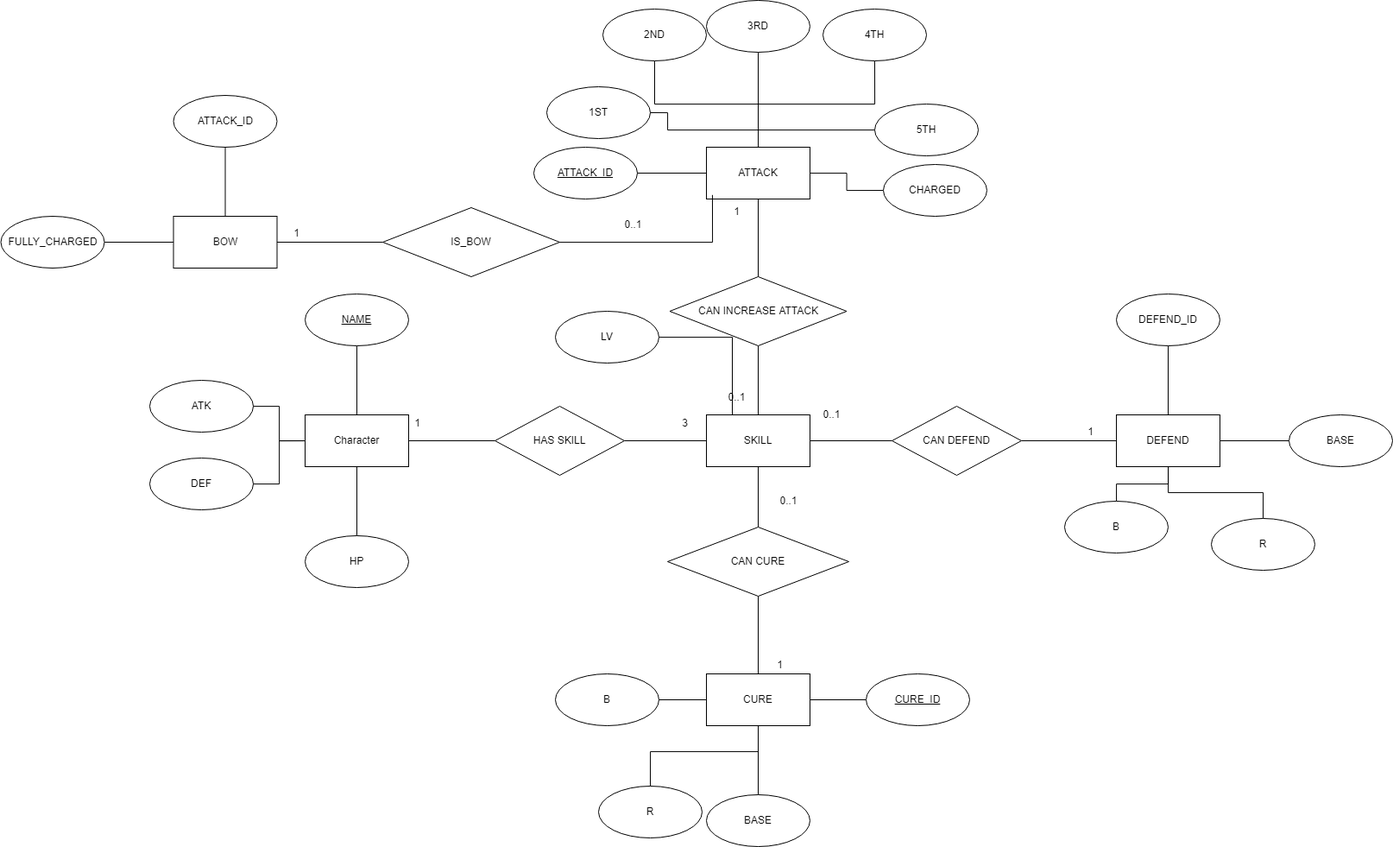
The draw.io diagram database.drawio.png in Anqi-Wang-aug/My-Genshin-char-analysis, before a commit. Source tidied: cells renumbered, new cells last; positions are measured from the earlier drawing's top-left corner, leaving out a move shared by most shapes.
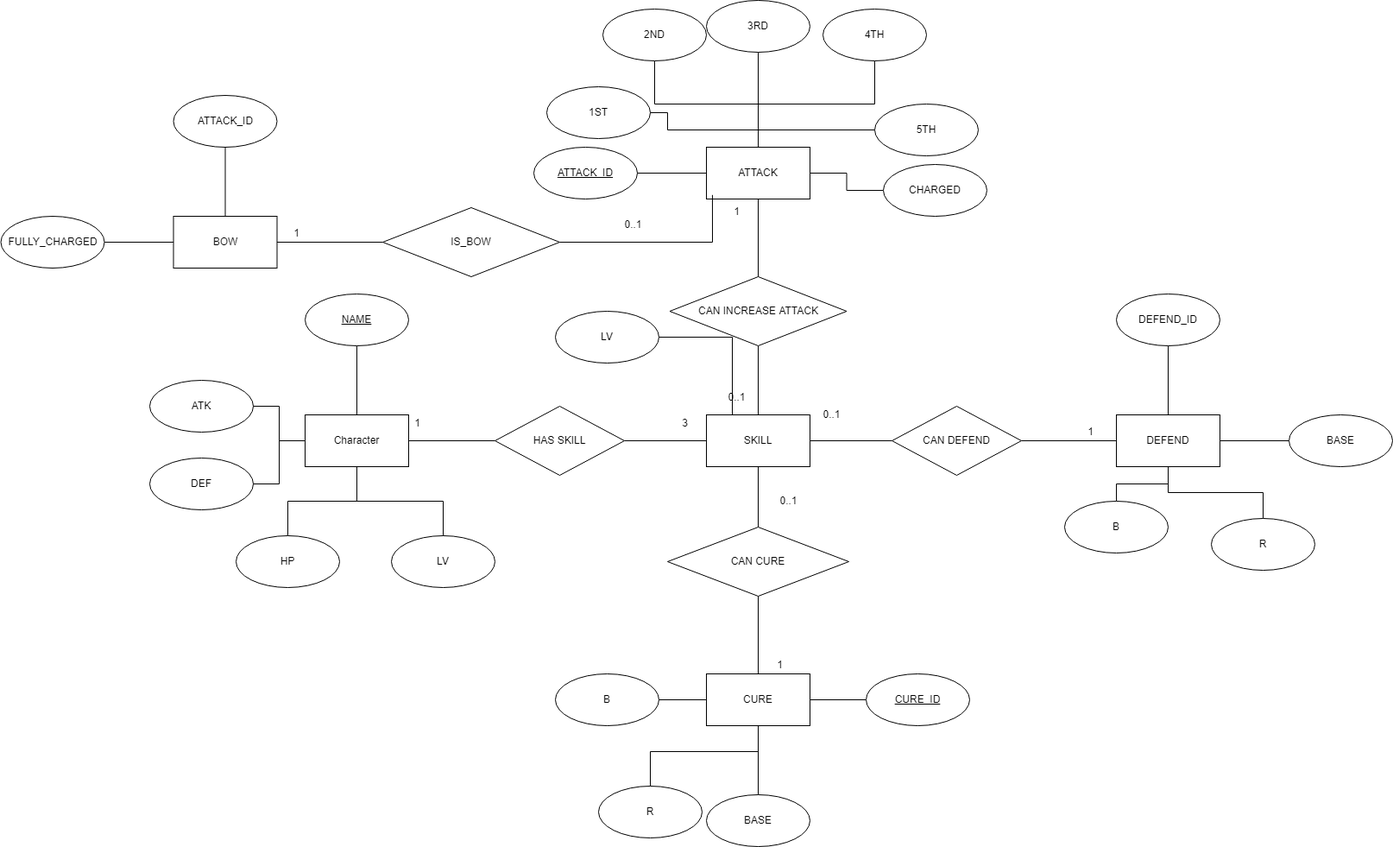
Later version of the same file.

The edit, as a diff of the source:
```diff
@@ -30,7 +30,7 @@
       <mxGeometry x="172" y="530" width="120" height="60" as="geometry" />
     </mxCell>
     <mxCell id="11" value="HP" style="ellipse;whiteSpace=wrap;html=1;rounded=0;" parent="1" vertex="1">
-      <mxGeometry x="352" y="620" width="120" height="60" as="geometry" />
+      <mxGeometry x="272" y="620" width="120" height="60" as="geometry" />
     </mxCell>
     <mxCell id="12" style="edgeStyle=orthogonalEdgeStyle;rounded=0;jettySize=auto;html=1;endArrow=none;endFill=0;" parent="1" edge="1" source="13" target="18">
       <mxGeometry relative="1" as="geometry" />
@@ -241,5 +241,11 @@
     <mxCell id="76" value="1" style="text;html=1;align=center;verticalAlign=middle;strokeColor=none;fillColor=none;" parent="1" vertex="1">
       <mxGeometry x="327" y="255" width="30" height="30" as="geometry" />
     </mxCell>
+    <mxCell id="77" value="LV" style="ellipse;whiteSpace=wrap;html=1;rounded=0;" parent="1" vertex="1">
+      <mxGeometry x="452" y="620" width="120" height="60" as="geometry" />
+    </mxCell>
+    <mxCell id="78" style="edgeStyle=orthogonalEdgeStyle;rounded=0;jettySize=auto;html=1;endArrow=none;endFill=0;exitX=0.5;exitY=0;exitDx=0;exitDy=0;entryX=0.5;entryY=1;entryDx=0;entryDy=0;" parent="1" edge="1" source="77" target="7">
+      <mxGeometry relative="1" as="geometry" />
+    </mxCell>
   </root>
 </mxGraphModel>
```
